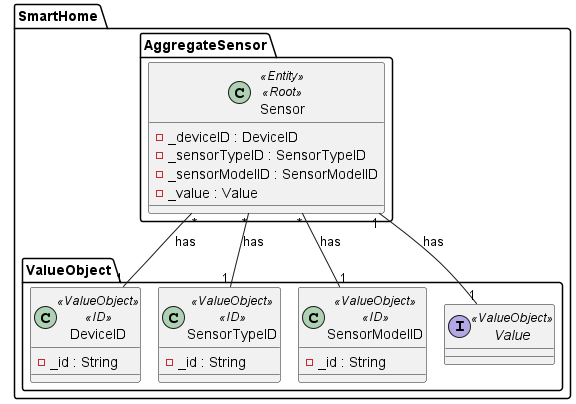
Earlier version of the PlantUML export docs/general/agreggateModels/Sensor.png (olivDiogo/SmartHome).
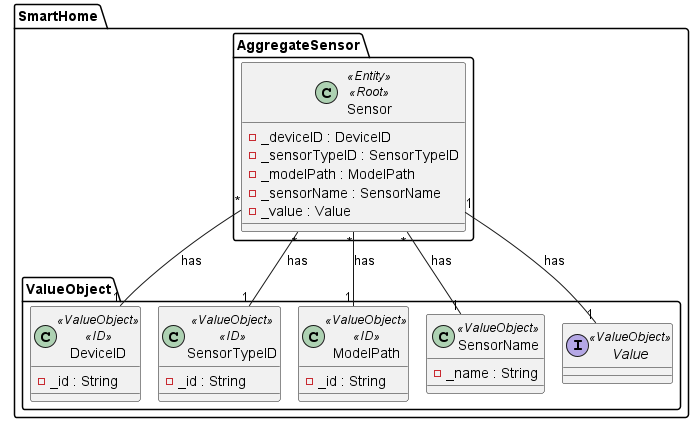
After the change.

Diff of the diagram source:
```diff
@@ -5,7 +5,8 @@
     class Sensor <<Entity>> <<Root>> {
         - _deviceID : DeviceID
         - _sensorTypeID : SensorTypeID
-        - _sensorModelID : SensorModelID
+        - _modelPath : ModelPath
+        - _sensorName : SensorName
         - _value : Value
     }
 }
@@ -18,8 +19,12 @@
     class SensorTypeID <<ValueObject>> <<ID>> {
         - _id : String
     }
-    class SensorModelID <<ValueObject>> <<ID>> {
+    class ModelPath <<ValueObject>> <<ID>> {
         - _id : String
+    }
+
+    class SensorName <<ValueObject>> {
+        - _name : String
     }
 
     interface Value <<ValueObject>>{
@@ -27,9 +32,9 @@
 }
 
 Sensor "*" -- "1" SensorTypeID : has
-Sensor "*" -- "1" SensorModelID : has
+Sensor "*" -- "1" ModelPath : has
 Sensor "1" -- "1" Value : has
 Sensor "*" -- "1" DeviceID : has
-
+Sensor "*" -- "1" SensorName : has
 
 @enduml
```
